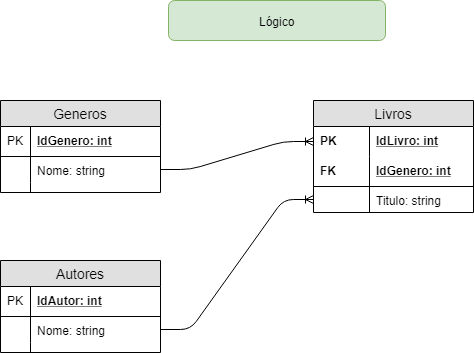
The draw.io diagram exercicios/2.3.exercicios-livros/modelagem-livros-logico.png in senai-dev-1s2020/sprint1-banco-de-dados, before a commit. Source tidied: cells renumbered, new cells last; positions are measured from the earlier drawing's top-left corner, leaving out a move shared by most shapes.
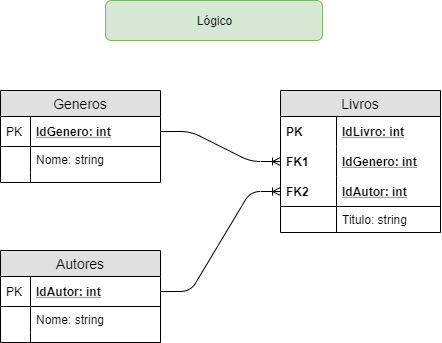
The same file after the commit.

Commit message:
Corrije exercicio livros

The edit, as a diff of the source:
```diff
@@ -6,7 +6,7 @@
       <mxGeometry x="168" width="217" height="40" as="geometry" />
     </mxCell>
     <mxCell id="3" value="Generos" style="swimlane;fontStyle=0;horizontal=1;startSize=26;fillColor=#e0e0e0;swimlaneFillColor=#ffffff;align=center;fontSize=14;" parent="1" vertex="1">
-      <mxGeometry y="100" width="160" height="92" as="geometry" />
+      <mxGeometry x="63" y="90" width="160" height="92" as="geometry" />
     </mxCell>
     <mxCell id="4" value="IdGenero: int" style="shape=partialRectangle;top=0;left=0;right=0;bottom=1;align=left;verticalAlign=middle;fillColor=none;spacingLeft=34;spacingRight=4;overflow=hidden;points=[[0,0.5],[1,0.5]];portConstraint=eastwest;fontStyle=5;fontSize=12;" parent="3" vertex="1">
       <mxGeometry y="26" width="160" height="30" as="geometry" />
@@ -27,7 +27,7 @@
       <mxGeometry width="30" height="10" as="geometry" />
     </mxCell>
     <mxCell id="10" value="Livros" style="swimlane;fontStyle=0;horizontal=1;startSize=26;fillColor=#e0e0e0;swimlaneFillColor=#ffffff;align=center;fontSize=14;" parent="1" vertex="1">
-      <mxGeometry x="313" y="100" width="160" height="112" as="geometry" />
+      <mxGeometry x="343" y="90" width="160" height="142" as="geometry" />
     </mxCell>
     <mxCell id="11" value="IdLivro: int" style="shape=partialRectangle;top=0;left=0;right=0;bottom=0;align=left;verticalAlign=middle;fillColor=none;spacingLeft=60;spacingRight=4;overflow=hidden;points=[[0,0.5],[1,0.5]];portConstraint=eastwest;fontStyle=5;fontSize=12;" parent="10" vertex="1">
       <mxGeometry y="26" width="160" height="30" as="geometry" />
@@ -35,20 +35,26 @@
     <mxCell id="12" value="PK" style="shape=partialRectangle;fontStyle=1;top=0;left=0;bottom=0;fillColor=none;align=left;verticalAlign=middle;spacingLeft=4;spacingRight=4;overflow=hidden;fontSize=12;" parent="11" vertex="1">
       <mxGeometry width="56" height="30" as="geometry" />
     </mxCell>
+    <mxCell id="26" value="IdGenero: int" style="shape=partialRectangle;top=0;left=0;right=0;bottom=0;align=left;verticalAlign=middle;fillColor=none;spacingLeft=60;spacingRight=4;overflow=hidden;points=[[0,0.5],[1,0.5]];portConstraint=eastwest;fontStyle=5;fontSize=12;" parent="10" vertex="1">
+      <mxGeometry y="56" width="160" height="30" as="geometry" />
+    </mxCell>
+    <mxCell id="27" value="FK1" style="shape=partialRectangle;fontStyle=1;top=0;left=0;bottom=0;fillColor=none;align=left;verticalAlign=middle;spacingLeft=4;spacingRight=4;overflow=hidden;fontSize=12;" parent="26" vertex="1">
+      <mxGeometry width="56" height="30" as="geometry" />
+    </mxCell>
-    <mxCell id="13" value="IdGenero: int" style="shape=partialRectangle;top=0;left=0;right=0;bottom=1;align=left;verticalAlign=middle;fillColor=none;spacingLeft=60;spacingRight=4;overflow=hidden;points=[[0,0.5],[1,0.5]];portConstraint=eastwest;fontStyle=5;fontSize=12;" parent="10" vertex="1">
-      <mxGeometry y="56" width="160" height="30" as="geometry" />
+    <mxCell id="13" value="IdAutor: int" style="shape=partialRectangle;top=0;left=0;right=0;bottom=1;align=left;verticalAlign=middle;fillColor=none;spacingLeft=60;spacingRight=4;overflow=hidden;points=[[0,0.5],[1,0.5]];portConstraint=eastwest;fontStyle=5;fontSize=12;" parent="10" vertex="1">
+      <mxGeometry y="86" width="160" height="30" as="geometry" />
     </mxCell>
-    <mxCell id="14" value="FK" style="shape=partialRectangle;fontStyle=1;top=0;left=0;bottom=0;fillColor=none;align=left;verticalAlign=middle;spacingLeft=4;spacingRight=4;overflow=hidden;fontSize=12;" parent="13" vertex="1">
+    <mxCell id="14" value="FK2" style="shape=partialRectangle;fontStyle=1;top=0;left=0;bottom=0;fillColor=none;align=left;verticalAlign=middle;spacingLeft=4;spacingRight=4;overflow=hidden;fontSize=12;" parent="13" vertex="1">
       <mxGeometry width="56" height="30" as="geometry" />
     </mxCell>
     <mxCell id="15" value="Titulo: string" style="shape=partialRectangle;top=0;left=0;right=0;bottom=0;align=left;verticalAlign=top;fillColor=none;spacingLeft=60;spacingRight=4;overflow=hidden;points=[[0,0.5],[1,0.5]];portConstraint=eastwest;fontSize=12;" parent="10" vertex="1">
-      <mxGeometry y="86" width="160" height="26" as="geometry" />
+      <mxGeometry y="116" width="160" height="26" as="geometry" />
     </mxCell>
     <mxCell id="16" style="shape=partialRectangle;top=0;left=0;bottom=0;fillColor=none;align=left;verticalAlign=top;spacingLeft=4;spacingRight=4;overflow=hidden;fontSize=12;" parent="15" vertex="1">
       <mxGeometry width="56" height="26" as="geometry" />
     </mxCell>
     <mxCell id="17" value="Autores" style="swimlane;fontStyle=0;horizontal=1;startSize=26;fillColor=#e0e0e0;swimlaneFillColor=#ffffff;align=center;fontSize=14;" parent="1" vertex="1">
-      <mxGeometry y="260" width="160" height="92" as="geometry" />
+      <mxGeometry x="63" y="250" width="160" height="92" as="geometry" />
     </mxCell>
     <mxCell id="18" value="IdAutor: int" style="shape=partialRectangle;top=0;left=0;right=0;bottom=1;align=left;verticalAlign=middle;fillColor=none;spacingLeft=34;spacingRight=4;overflow=hidden;points=[[0,0.5],[1,0.5]];portConstraint=eastwest;fontStyle=5;fontSize=12;" parent="17" vertex="1">
       <mxGeometry y="26" width="160" height="30" as="geometry" />
@@ -68,10 +74,10 @@
     <mxCell id="23" style="shape=partialRectangle;top=0;left=0;bottom=0;fillColor=none;align=left;verticalAlign=top;spacingLeft=4;spacingRight=4;overflow=hidden;fontSize=12;" parent="22" vertex="1">
       <mxGeometry width="30" height="10" as="geometry" />
     </mxCell>
-    <mxCell id="24" style="edgeStyle=entityRelationEdgeStyle;fontSize=12;html=1;endArrow=ERoneToMany;exitX=1;exitY=0.5;exitDx=0;exitDy=0;entryX=0;entryY=0.5;entryDx=0;entryDy=0;" parent="1" edge="1" source="20" target="15">
+    <mxCell id="24" style="edgeStyle=entityRelationEdgeStyle;fontSize=12;html=1;endArrow=ERoneToMany;" parent="1" edge="1" source="18" target="13">
       <mxGeometry relative="1" as="geometry" />
     </mxCell>
-    <mxCell id="25" style="edgeStyle=entityRelationEdgeStyle;fontSize=12;html=1;endArrow=ERoneToMany;exitX=1;exitY=0.5;exitDx=0;exitDy=0;entryX=0;entryY=0.5;entryDx=0;entryDy=0;" parent="1" edge="1" source="6" target="11">
+    <mxCell id="25" style="edgeStyle=entityRelationEdgeStyle;fontSize=12;html=1;endArrow=ERoneToMany;" parent="1" edge="1" source="4" target="26">
       <mxGeometry relative="1" as="geometry" />
     </mxCell>
   </root>
```
